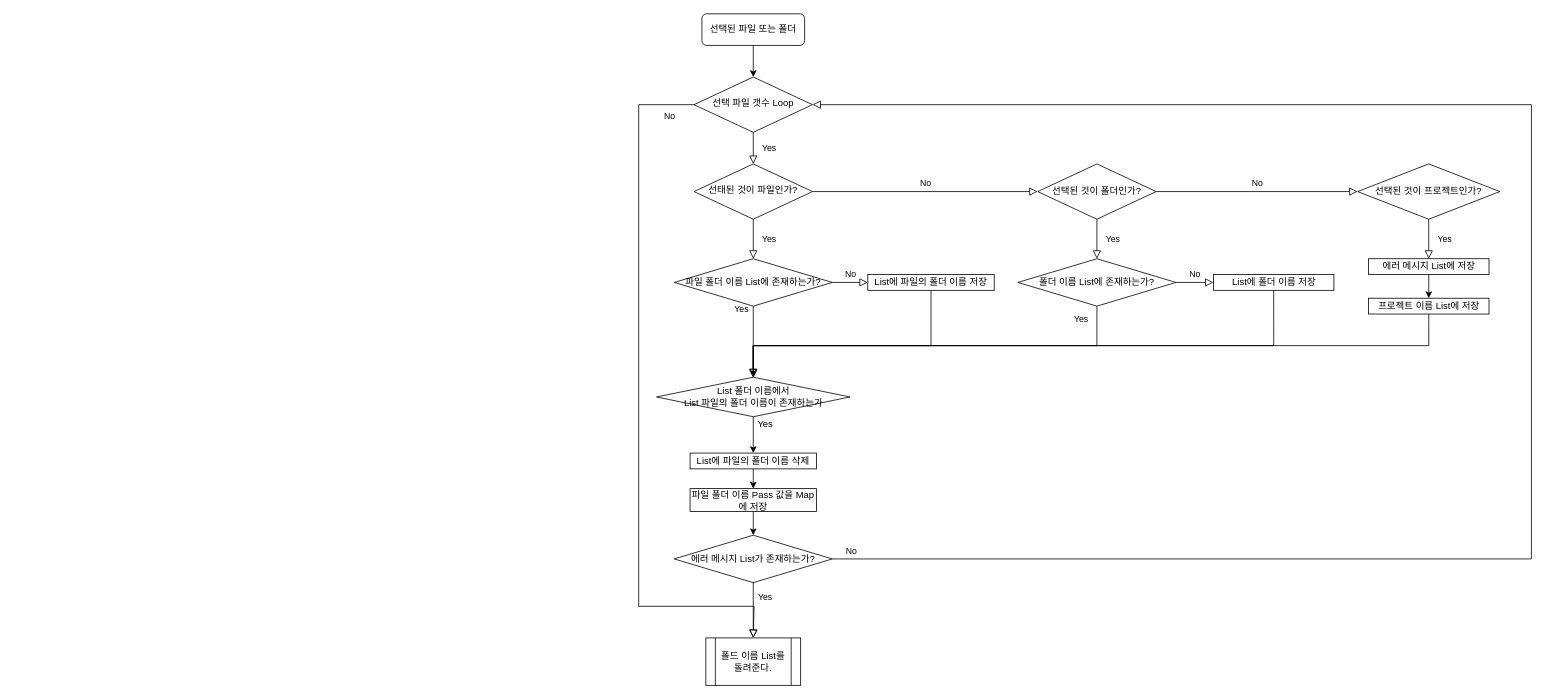
taitai09/playground keeps this draw.io diagram as Untitled Diagram.drawio. Above is the earlier version. Source tidied: cells renumbered, new cells numbered last; positions are measured from the earlier drawing's top-left corner, leaving out a move shared by most shapes. Both pictures are drawn from the tidied source at 79%, with x=0, y=0 at pixel (638, 13).
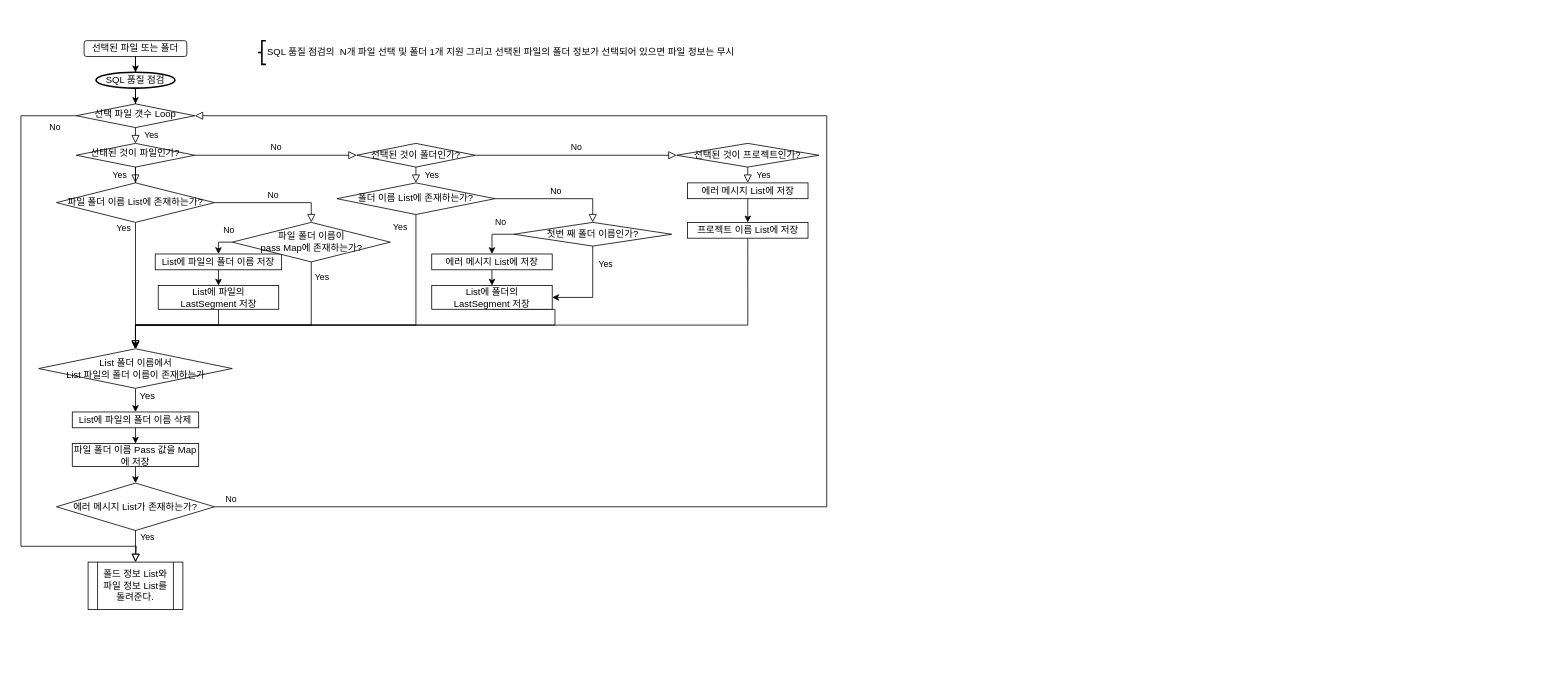
After the change.

Commit message:
SQL 품질 점검의  N개 파일 선택 및 폴더 1개 지원 그리고 선택된 파일의 폴더 정보가 선택되어 있으면 파일 정보는 무시

Diff of the diagram source:
```diff
@@
     <mxCell id="2" value="선택된 파일 또는 폴더" style="rounded=1;whiteSpace=wrap;html=1;fontSize=12;glass=0;strokeWidth=1;shadow=0;" parent="1" vertex="1">
-      <mxGeometry x="80" width="130" height="40" as="geometry" />
+      <mxGeometry x="-702" y="34" width="130" height="20" as="geometry" />
     </mxCell>
@@
     <mxCell id="5" value="선태된 것이 파일인가?" style="rhombus;whiteSpace=wrap;html=1;shadow=0;fontFamily=Helvetica;fontSize=12;align=center;strokeWidth=1;spacing=6;spacingTop=-4;" parent="1" vertex="1">
-      <mxGeometry x="70" y="190" width="150" height="70" as="geometry" />
+      <mxGeometry x="-712" y="164" width="150" height="30" as="geometry" />
     </mxCell>
     <mxCell id="6" value="선택된 것이 폴더인가?" style="rhombus;whiteSpace=wrap;html=1;" parent="1" vertex="1">
-      <mxGeometry x="505" y="190" width="150" height="70" as="geometry" />
+      <mxGeometry x="-357" y="164" width="150" height="30" as="geometry" />
     </mxCell>
     <mxCell id="7" value="선택된 것이 프로젝트인가?" style="rhombus;whiteSpace=wrap;html=1;" parent="1" vertex="1">
-      <mxGeometry x="910" y="190" width="180" height="70" as="geometry" />
+      <mxGeometry x="48" y="164" width="180" height="30" as="geometry" />
     </mxCell>
@@
     <mxCell id="10" style="edgeStyle=orthogonalEdgeStyle;rounded=0;jettySize=auto;html=1;exitX=0.5;exitY=1;exitDx=0;exitDy=0;entryX=0.5;entryY=0;entryDx=0;entryDy=0;" parent="1" edge="1" source="11" target="33">
       <mxGeometry relative="1" as="geometry">
         <Array as="points">
-          <mxPoint x="804" y="420" />
-          <mxPoint x="145" y="420" />
+          <mxPoint x="-106" y="394" />
+          <mxPoint x="-637" y="394" />
         </Array>
       </mxGeometry>
     </mxCell>
-    <mxCell id="11" value="List에 폴더 이름 저장" style="rounded=0;whiteSpace=wrap;html=1;" parent="1" vertex="1">
-      <mxGeometry x="727.5" y="330" width="152.5" height="20" as="geometry" />
+    <mxCell id="11" value="List에 폴더의 &lt;br&gt;LastSegment 저장" style="rounded=0;whiteSpace=wrap;html=1;" parent="1" vertex="1">
+      <mxGeometry x="-262" y="344" width="152.5" height="30" as="geometry" />
     </mxCell>
     <mxCell id="12" value="에러 메시지 List에 저장" style="rounded=0;whiteSpace=wrap;html=1;" parent="1" vertex="1">
-      <mxGeometry x="923.8" y="310" width="152.5" height="20" as="geometry" />
+      <mxGeometry x="61.8" y="214" width="152.5" height="20" as="geometry" />
     </mxCell>
     <mxCell id="13" value="파일 폴더 이름 List에 존재하는가?" style="rhombus;whiteSpace=wrap;html=1;" parent="1" vertex="1">
-      <mxGeometry x="45" y="310" width="200" height="60" as="geometry" />
+      <mxGeometry x="-737" y="214" width="200" height="50" as="geometry" />
     </mxCell>
@@
-    <mxCell id="15" style="edgeStyle=orthogonalEdgeStyle;rounded=0;jettySize=auto;html=1;exitX=0.5;exitY=1;exitDx=0;exitDy=0;entryX=0.5;entryY=0;entryDx=0;entryDy=0;" parent="1" edge="1" source="16" target="33">
-      <mxGeometry relative="1" as="geometry">
-        <Array as="points">
-          <mxPoint x="370" y="420" />
-          <mxPoint x="145" y="420" />
-        </Array>
-      </mxGeometry>
-    </mxCell>
+    <mxCell id="40" style="edgeStyle=orthogonalEdgeStyle;rounded=0;jettySize=auto;html=1;exitX=0.5;exitY=1;exitDx=0;exitDy=0;entryX=0.5;entryY=0;entryDx=0;entryDy=0;" parent="1" edge="1" source="16" target="52">
+      <mxGeometry relative="1" as="geometry" />
+    </mxCell>
     <mxCell id="16" value="&lt;span&gt;List에 파일의 폴더 이름 저장&lt;/span&gt;" style="rounded=0;whiteSpace=wrap;html=1;" parent="1" vertex="1">
-      <mxGeometry x="290" y="330" width="160" height="20" as="geometry" />
+      <mxGeometry x="-612" y="304" width="160" height="20" as="geometry" />
     </mxCell>
@@
     <mxCell id="18" value="폴더 이름 List에 존재하는가?" style="rhombus;whiteSpace=wrap;html=1;" parent="1" vertex="1">
-      <mxGeometry x="480" y="310" width="200" height="60" as="geometry" />
+      <mxGeometry x="-382" y="214" width="200" height="40" as="geometry" />
     </mxCell>
     <mxCell id="19" value="Yes" style="rounded=0;html=1;jettySize=auto;fontSize=11;endArrow=block;endFill=0;endSize=8;strokeWidth=1;shadow=0;labelBackgroundColor=none;edgeStyle=orthogonalEdgeStyle;exitX=0.5;exitY=1;exitDx=0;exitDy=0;entryX=0.5;entryY=0;entryDx=0;entryDy=0;" parent="1" edge="1" source="18" target="33">
       <mxGeometry x="-0.94" y="-20" relative="1" as="geometry">
         <Array as="points">
-          <mxPoint x="580" y="420" />
-          <mxPoint x="145" y="420" />
+          <mxPoint x="-282" y="394" />
+          <mxPoint x="-637" y="394" />
         </Array>
       </mxGeometry>
     </mxCell>
-    <mxCell id="20" value="No" style="edgeStyle=orthogonalEdgeStyle;rounded=0;html=1;jettySize=auto;fontSize=11;endArrow=block;endFill=0;endSize=8;strokeWidth=1;shadow=0;labelBackgroundColor=none;entryX=0;entryY=0.5;entryDx=0;entryDy=0;exitX=1;exitY=0.5;exitDx=0;exitDy=0;" parent="1" edge="1" source="18" target="11">
+    <mxCell id="20" value="No" style="edgeStyle=orthogonalEdgeStyle;rounded=0;html=1;jettySize=auto;fontSize=11;endArrow=block;endFill=0;endSize=8;strokeWidth=1;shadow=0;labelBackgroundColor=none;entryX=0.5;entryY=0;entryDx=0;entryDy=0;exitX=1;exitY=0.5;exitDx=0;exitDy=0;" parent="1" edge="1" source="18" target="48">
       <mxGeometry y="10" relative="1" as="geometry" />
     </mxCell>
     <mxCell id="21" style="edgeStyle=orthogonalEdgeStyle;rounded=0;jettySize=auto;html=1;exitX=0.5;exitY=1;exitDx=0;exitDy=0;entryX=0.5;entryY=0;entryDx=0;entryDy=0;" parent="1" edge="1" source="22" target="33">
-      <mxGeometry relative="1" as="geometry" />
+      <mxGeometry relative="1" as="geometry">
+        <Array as="points">
+          <mxPoint x="138" y="394" />
+          <mxPoint x="-637" y="394" />
+        </Array>
+      </mxGeometry>
     </mxCell>
     <mxCell id="22" value="프로젝트 이름 List에 저장" style="rounded=0;whiteSpace=wrap;html=1;" parent="1" vertex="1">
-      <mxGeometry x="923.8" y="360" width="152.5" height="20" as="geometry" />
+      <mxGeometry x="61.8" y="264" width="152.5" height="20" as="geometry" />
     </mxCell>
-    <mxCell id="23" style="edgeStyle=orthogonalEdgeStyle;rounded=0;jettySize=auto;html=1;exitX=0.5;exitY=1;exitDx=0;exitDy=0;" parent="1" edge="1" source="2" target="24">
+    <mxCell id="23" style="edgeStyle=orthogonalEdgeStyle;rounded=0;jettySize=auto;html=1;exitX=0.5;exitY=1;exitDx=0;exitDy=0;" parent="1" edge="1" source="41" target="24">
       <mxGeometry relative="1" as="geometry" />
     </mxCell>
     <mxCell id="24" value="선택 파일 갯수 Loop" style="rhombus;whiteSpace=wrap;html=1;shadow=0;fontFamily=Helvetica;fontSize=12;align=center;strokeWidth=1;spacing=6;spacingTop=-4;" parent="1" vertex="1">
-      <mxGeometry x="70" y="80" width="150" height="70" as="geometry" />
+      <mxGeometry x="-712" y="114" width="150" height="30" as="geometry" />
     </mxCell>
@@
-    <mxCell id="26" value="No" style="edgeStyle=orthogonalEdgeStyle;rounded=0;html=1;jettySize=auto;fontSize=11;endArrow=block;endFill=0;endSize=8;strokeWidth=1;shadow=0;labelBackgroundColor=none;exitX=0;exitY=0.5;exitDx=0;exitDy=0;entryX=0.5;entryY=0;entryDx=0;entryDy=0;" parent="1" edge="1" target="39">
+    <mxCell id="26" value="No" style="edgeStyle=orthogonalEdgeStyle;rounded=0;html=1;jettySize=auto;fontSize=11;endArrow=block;endFill=0;endSize=8;strokeWidth=1;shadow=0;labelBackgroundColor=none;exitX=0;exitY=0.5;exitDx=0;exitDy=0;entryX=0.5;entryY=0;entryDx=0;entryDy=0;" parent="1" edge="1" source="24" target="39">
       <mxGeometry x="-0.93" y="15" relative="1" as="geometry">
-        <mxPoint x="70" y="115" as="sourcePoint" />
         <Array as="points">
-          <mxPoint y="115" />
-          <mxPoint y="750" />
-          <mxPoint x="146" y="750" />
+          <mxPoint x="-782" y="129" />
+          <mxPoint x="-782" y="674" />
+          <mxPoint x="-636" y="674" />
         </Array>
       </mxGeometry>
     </mxCell>
@@
     <mxCell id="28" value="에러 메시지 List가 존재하는가?" style="rhombus;whiteSpace=wrap;html=1;" parent="1" vertex="1">
-      <mxGeometry x="45" y="660" width="200" height="60" as="geometry" />
+      <mxGeometry x="-737" y="594" width="200" height="60" as="geometry" />
     </mxCell>
     <mxCell id="29" value="Yes" style="rounded=0;html=1;jettySize=auto;fontSize=11;endArrow=block;endFill=0;endSize=8;strokeWidth=1;shadow=0;labelBackgroundColor=none;edgeStyle=orthogonalEdgeStyle;entryX=0.5;entryY=0;entryDx=0;entryDy=0;" parent="1" edge="1" source="28" target="39">
-      <mxGeometry x="-0.49" y="15" relative="1" as="geometry" />
+      <mxGeometry x="-0.6" y="15" relative="1" as="geometry" />
     </mxCell>
-    <mxCell id="30" value="No" style="edgeStyle=orthogonalEdgeStyle;rounded=0;html=1;jettySize=auto;orthogonalLoop=1;fontSize=11;endArrow=block;endFill=0;endSize=8;strokeWidth=1;shadow=0;labelBackgroundColor=none;" parent="1" edge="1">
-      <mxGeometry y="10" relative="1" as="geometry">
-        <mxPoint x="245" y="340" as="sourcePoint" />
-        <mxPoint x="290" y="340" as="targetPoint" />
-      </mxGeometry>
+    <mxCell id="30" value="No" style="edgeStyle=orthogonalEdgeStyle;rounded=0;html=1;jettySize=auto;fontSize=11;endArrow=block;endFill=0;endSize=8;strokeWidth=1;shadow=0;labelBackgroundColor=none;entryX=0.5;entryY=0;entryDx=0;entryDy=0;exitX=1;exitY=0.5;exitDx=0;exitDy=0;" parent="1" edge="1" source="13" target="45">
+      <mxGeometry y="10" relative="1" as="geometry" />
     </mxCell>
     <mxCell id="31" value="No" style="edgeStyle=orthogonalEdgeStyle;rounded=0;html=1;jettySize=auto;fontSize=11;endArrow=block;endFill=0;endSize=8;strokeWidth=1;shadow=0;labelBackgroundColor=none;entryX=1;entryY=0.5;entryDx=0;entryDy=0;exitX=1;exitY=0.5;exitDx=0;exitDy=0;" parent="1" edge="1" source="28" target="24">
       <mxGeometry x="-0.98" y="10" relative="1" as="geometry">
         <Array as="points">
-          <mxPoint x="1130" y="690" />
-          <mxPoint x="1130" y="115" />
+          <mxPoint x="238" y="624" />
+          <mxPoint x="238" y="129" />
         </Array>
       </mxGeometry>
     </mxCell>
@@
     <mxCell id="33" value="List 폴더 이름에서&lt;br&gt;List 파일의 폴더 이름이 존재하는가" style="rhombus;whiteSpace=wrap;html=1;" parent="1" vertex="1">
-      <mxGeometry x="22.5" y="460" width="245" height="50" as="geometry" />
+      <mxGeometry x="-759.5" y="424" width="245" height="50" as="geometry" />
     </mxCell>
@@
     <mxCell id="35" value="&lt;span&gt;List에 파일의 폴더 이름 삭제&lt;/span&gt;" style="rounded=0;whiteSpace=wrap;html=1;" parent="1" vertex="1">
-      <mxGeometry x="65" y="556" width="160" height="20" as="geometry" />
+      <mxGeometry x="-717" y="504" width="160" height="20" as="geometry" />
     </mxCell>
@@
     <mxCell id="37" value="파일 폴더 이름 Pass 값을 Map에 저장" style="rounded=0;whiteSpace=wrap;html=1;" parent="1" vertex="1">
-      <mxGeometry x="65" y="601" width="160" height="29" as="geometry" />
+      <mxGeometry x="-717" y="544" width="160" height="29" as="geometry" />
     </mxCell>
     <mxCell id="38" value="Yes" style="text;html=1;align=center;verticalAlign=middle;" parent="1" vertex="1">
-      <mxGeometry x="140" y="510" width="40" height="20" as="geometry" />
+      <mxGeometry x="-642" y="474" width="40" height="20" as="geometry" />
     </mxCell>
-    <mxCell id="39" value="폴드 이름 List를 돌려준다." style="shape=process;whiteSpace=wrap;html=1;backgroundOutline=1;" parent="1" vertex="1">
-      <mxGeometry x="85" y="790" width="120" height="60" as="geometry" />
+    <mxCell id="39" value="폴드 정보 List와 파일 정보 List를 돌려준다." style="shape=process;whiteSpace=wrap;html=1;backgroundOutline=1;" parent="1" vertex="1">
+      <mxGeometry x="-697" y="694" width="120" height="60" as="geometry" />
     </mxCell>
+    <mxCell id="41" value="SQL 품질 점검" style="strokeWidth=2;html=1;shape=mxgraph.flowchart.start_1;whiteSpace=wrap;" parent="1" vertex="1">
+      <mxGeometry x="-687" y="74" width="100" height="20" as="geometry" />
+    </mxCell>
+    <mxCell id="42" style="edgeStyle=orthogonalEdgeStyle;rounded=0;jettySize=auto;html=1;exitX=0.5;exitY=1;exitDx=0;exitDy=0;" parent="1" edge="1" source="2" target="41">
+      <mxGeometry relative="1" as="geometry" />
+    </mxCell>
+    <mxCell id="43" value="No" style="edgeStyle=orthogonalEdgeStyle;rounded=0;jettySize=auto;html=1;exitX=0;exitY=0.5;exitDx=0;exitDy=0;entryX=0.5;entryY=0;entryDx=0;entryDy=0;" parent="1" edge="1" source="45" target="16">
+      <mxGeometry x="-0.69" y="-15" relative="1" as="geometry" />
+    </mxCell>
+    <mxCell id="44" value="Yes" style="edgeStyle=orthogonalEdgeStyle;rounded=0;jettySize=auto;html=1;exitX=0.5;exitY=1;exitDx=0;exitDy=0;entryX=0.5;entryY=0;entryDx=0;entryDy=0;" parent="1" edge="1" source="45" target="33">
+      <mxGeometry x="-0.88" y="13" relative="1" as="geometry">
+        <Array as="points">
+          <mxPoint x="-414" y="394" />
+          <mxPoint x="-637" y="394" />
+        </Array>
+      </mxGeometry>
+    </mxCell>
+    <mxCell id="45" value="파일 폴더 이름이&lt;br&gt;pass Map에 존재하는가?" style="rhombus;whiteSpace=wrap;html=1;" parent="1" vertex="1">
+      <mxGeometry x="-514.5" y="264" width="200" height="50" as="geometry" />
+    </mxCell>
+    <mxCell id="46" value="No" style="edgeStyle=orthogonalEdgeStyle;rounded=0;jettySize=auto;html=1;exitX=0;exitY=0.5;exitDx=0;exitDy=0;entryX=0.5;entryY=0;entryDx=0;entryDy=0;" parent="1" edge="1" source="48" target="50">
+      <mxGeometry x="-0.35" y="-15" relative="1" as="geometry" />
+    </mxCell>
+    <mxCell id="47" value="Yes" style="edgeStyle=orthogonalEdgeStyle;rounded=0;jettySize=auto;html=1;exitX=0.5;exitY=1;exitDx=0;exitDy=0;entryX=1;entryY=0.5;entryDx=0;entryDy=0;" parent="1" edge="1" source="48" target="11">
+      <mxGeometry x="-0.6" y="16" relative="1" as="geometry" />
+    </mxCell>
+    <mxCell id="48" value="첫번 째 폴더 이름인가?" style="rhombus;whiteSpace=wrap;html=1;" parent="1" vertex="1">
+      <mxGeometry x="-158.2" y="264" width="200" height="30" as="geometry" />
+    </mxCell>
+    <mxCell id="49" style="edgeStyle=orthogonalEdgeStyle;rounded=0;jettySize=auto;html=1;exitX=0.5;exitY=1;exitDx=0;exitDy=0;entryX=0.5;entryY=0;entryDx=0;entryDy=0;" parent="1" edge="1" source="50" target="11">
+      <mxGeometry relative="1" as="geometry" />
+    </mxCell>
+    <mxCell id="50" value="에러 메시지 List에 저장" style="rounded=0;whiteSpace=wrap;html=1;" parent="1" vertex="1">
+      <mxGeometry x="-262" y="304" width="152.5" height="20" as="geometry" />
+    </mxCell>
+    <mxCell id="51" style="edgeStyle=orthogonalEdgeStyle;rounded=0;jettySize=auto;html=1;exitX=0.5;exitY=1;exitDx=0;exitDy=0;entryX=0.5;entryY=0;entryDx=0;entryDy=0;" parent="1" edge="1" source="52" target="33">
+      <mxGeometry relative="1" as="geometry">
+        <Array as="points">
+          <mxPoint x="-532" y="394" />
+          <mxPoint x="-637" y="394" />
+        </Array>
+      </mxGeometry>
+    </mxCell>
+    <mxCell id="52" value="List에 파일의&lt;br&gt;LastSegment&amp;nbsp;저장" style="rounded=0;whiteSpace=wrap;html=1;" parent="1" vertex="1">
+      <mxGeometry x="-608.2" y="344" width="152.5" height="30" as="geometry" />
+    </mxCell>
+    <mxCell id="53" value="SQL 품질 점검의&amp;nbsp; N개 파일 선택 및 폴더 1개 지원 그리고 선택된 파일의 폴더 정보가 선택되어 있으면 파일 정보는 무시" style="strokeWidth=2;html=1;shape=mxgraph.flowchart.annotation_2;align=left;labelPosition=right;" parent="1" vertex="1">
+      <mxGeometry x="-482" y="34" width="10" height="30" as="geometry" />
+    </mxCell>
```
